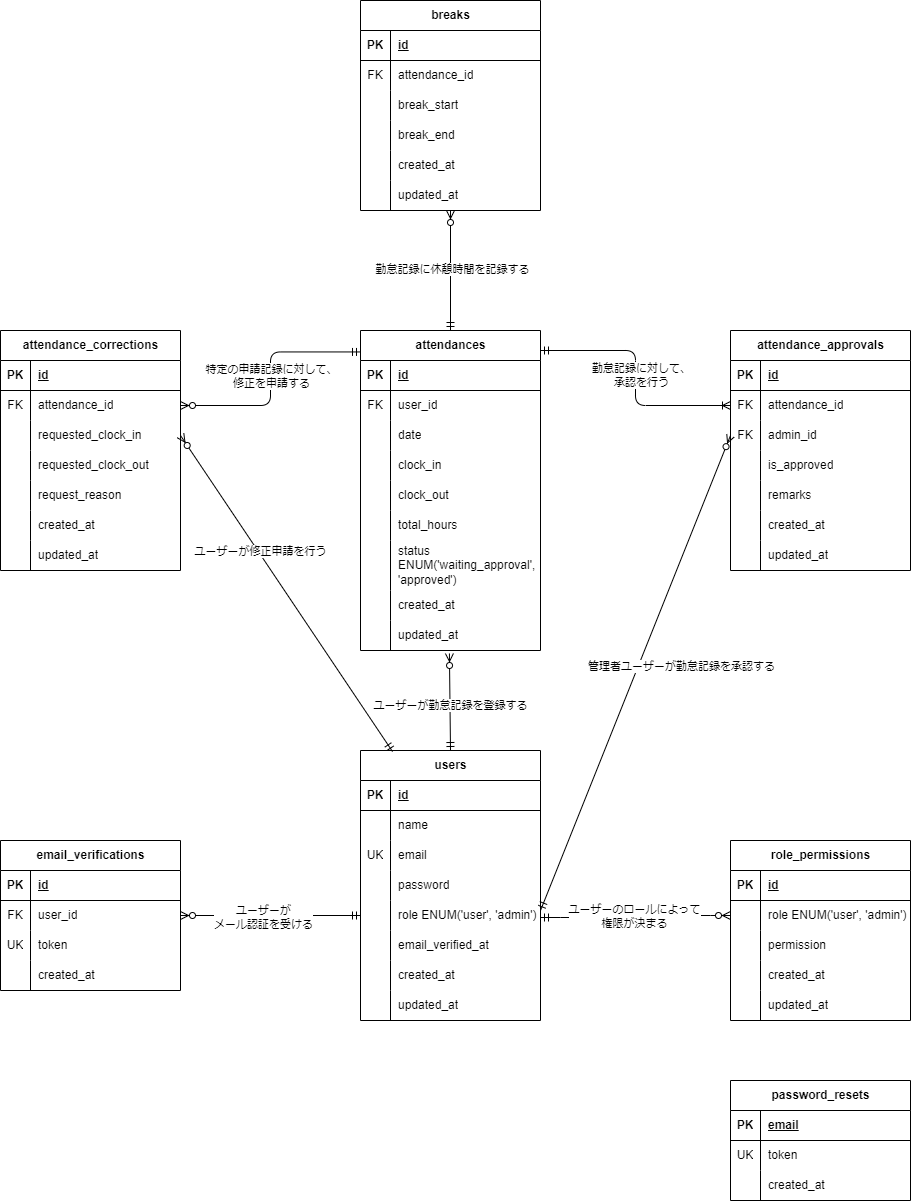
Earlier version of the draw.io export ER.drawio.png (shimodum/mockcase-attendance). Source tidied: cells renumbered, new cells last; positions are measured from the earlier drawing's top-left corner, leaving out a move shared by most shapes.
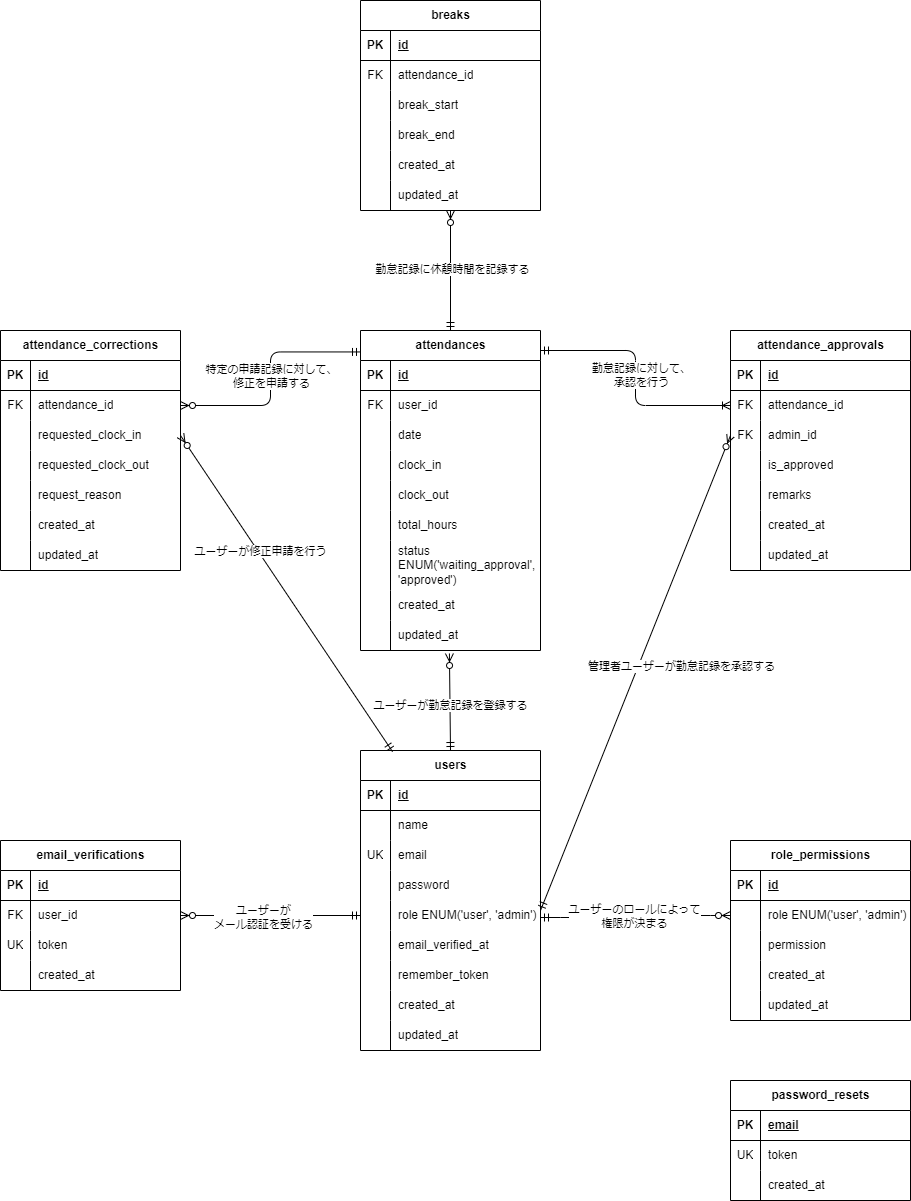
After the commit.

What changed in the source:
```diff
@@ -156,7 +156,7 @@
       <mxGeometry x="30" width="150" height="30" as="geometry" />
     </mxCell>
     <mxCell id="53" value="users" style="shape=table;startSize=30;rowLines=0;fontStyle=1;align=center;html=1;" parent="1" vertex="1">
-      <mxGeometry x="360" y="750" width="180" height="270" as="geometry" />
+      <mxGeometry x="360" y="750" width="180" height="300" as="geometry" />
     </mxCell>
     <mxCell id="54" style="shape=tableRow;horizontal=0;startSize=0;swimlaneHead=0;swimlaneBody=0;fillColor=none;top=0;left=0;right=0;bottom=1;" parent="53" vertex="1">
       <mxGeometry y="30" width="180" height="30" as="geometry" />
@@ -218,7 +218,7 @@
     <mxCell id="73" style="shape=partialRectangle;fillColor=none;top=0;left=0;bottom=0;right=0;overflow=hidden;whiteSpace=wrap;html=1;" parent="72" vertex="1">
       <mxGeometry width="30" height="30" as="geometry" />
     </mxCell>
-    <mxCell id="74" value="created_at" style="shape=partialRectangle;fillColor=none;top=0;left=0;bottom=0;right=0;align=left;spacingLeft=6;overflow=hidden;whiteSpace=wrap;html=1;" parent="72" vertex="1">
+    <mxCell id="74" value="remember_token" style="shape=partialRectangle;fillColor=none;top=0;left=0;bottom=0;right=0;align=left;spacingLeft=6;overflow=hidden;whiteSpace=wrap;html=1;" parent="72" vertex="1">
       <mxGeometry x="30" width="150" height="30" as="geometry" />
     </mxCell>
     <mxCell id="75" style="shape=tableRow;horizontal=0;startSize=0;swimlaneHead=0;swimlaneBody=0;fillColor=none;top=0;left=0;right=0;bottom=0;" parent="53" vertex="1">
@@ -227,9 +227,18 @@
     <mxCell id="76" style="shape=partialRectangle;fillColor=none;top=0;left=0;bottom=0;right=0;overflow=hidden;whiteSpace=wrap;html=1;" parent="75" vertex="1">
       <mxGeometry width="30" height="30" as="geometry" />
     </mxCell>
-    <mxCell id="77" value="updated_at" style="shape=partialRectangle;fillColor=none;top=0;left=0;bottom=0;right=0;align=left;spacingLeft=6;overflow=hidden;whiteSpace=wrap;html=1;" parent="75" vertex="1">
+    <mxCell id="77" value="&lt;span style=&quot;color: rgb(0, 0, 0);&quot;&gt;created_at&lt;/span&gt;" style="shape=partialRectangle;fillColor=none;top=0;left=0;bottom=0;right=0;align=left;spacingLeft=6;overflow=hidden;whiteSpace=wrap;html=1;" parent="75" vertex="1">
       <mxGeometry x="30" width="150" height="30" as="geometry" />
     </mxCell>
+    <mxCell id="173" style="shape=tableRow;horizontal=0;startSize=0;swimlaneHead=0;swimlaneBody=0;fillColor=none;top=0;left=0;right=0;bottom=0;" parent="53" vertex="1">
+      <mxGeometry y="270" width="180" height="30" as="geometry" />
+    </mxCell>
+    <mxCell id="174" style="shape=partialRectangle;fillColor=none;top=0;left=0;bottom=0;right=0;overflow=hidden;whiteSpace=wrap;html=1;" parent="173" vertex="1">
+      <mxGeometry width="30" height="30" as="geometry" />
+    </mxCell>
+    <mxCell id="175" value="updated_at" style="shape=partialRectangle;fillColor=none;top=0;left=0;bottom=0;right=0;align=left;spacingLeft=6;overflow=hidden;whiteSpace=wrap;html=1;" parent="173" vertex="1">
+      <mxGeometry x="30" width="150" height="30" as="geometry" />
+    </mxCell>
     <mxCell id="78" value="role_permissions" style="shape=table;startSize=30;rowLines=0;fontStyle=1;align=center;html=1;" parent="1" vertex="1">
       <mxGeometry x="730" y="840" width="180" height="180" as="geometry" />
     </mxCell>
```
